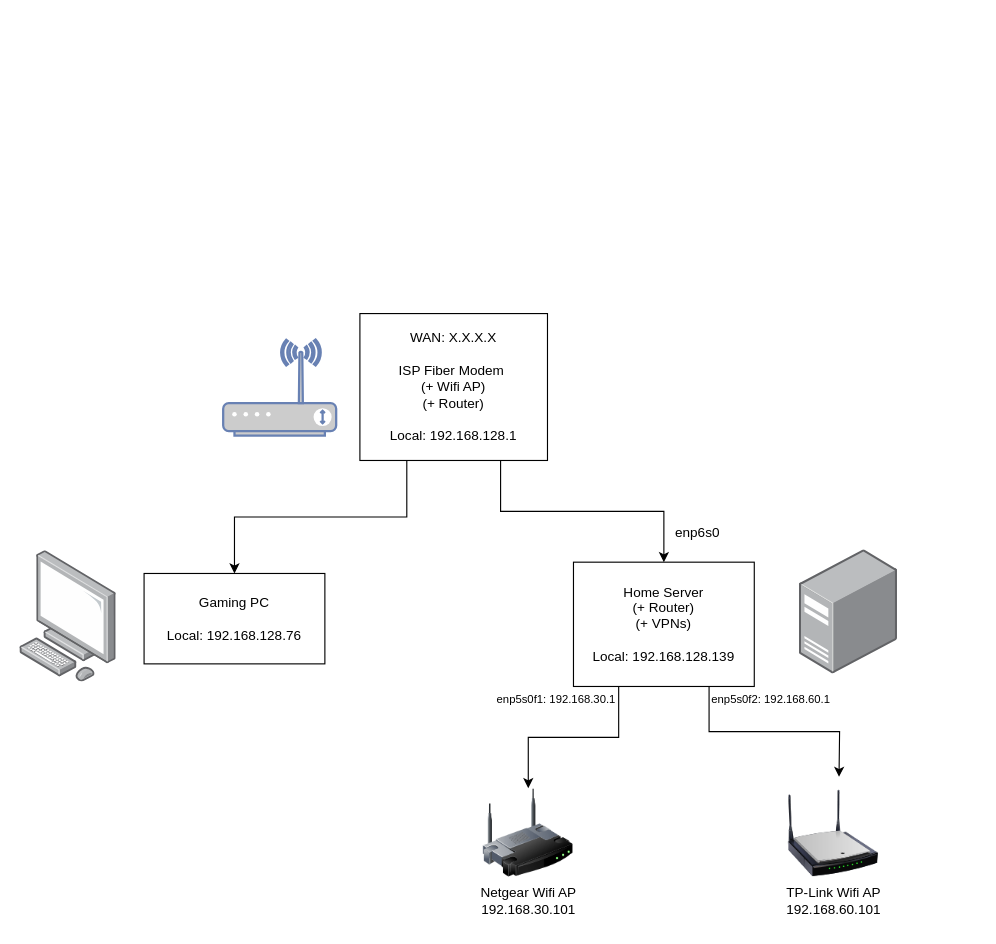
The draw.io diagram assets/home_network.drawio in ckcr4lyf/home-network, before the edit. Source tidied: cells renumbered, new cells numbered last; positions are measured from the earlier drawing's top-left corner, leaving out a move shared by most shapes. Both pictures are drawn from the tidied source at 113%, with x=0, y=0 at pixel (19, 313).
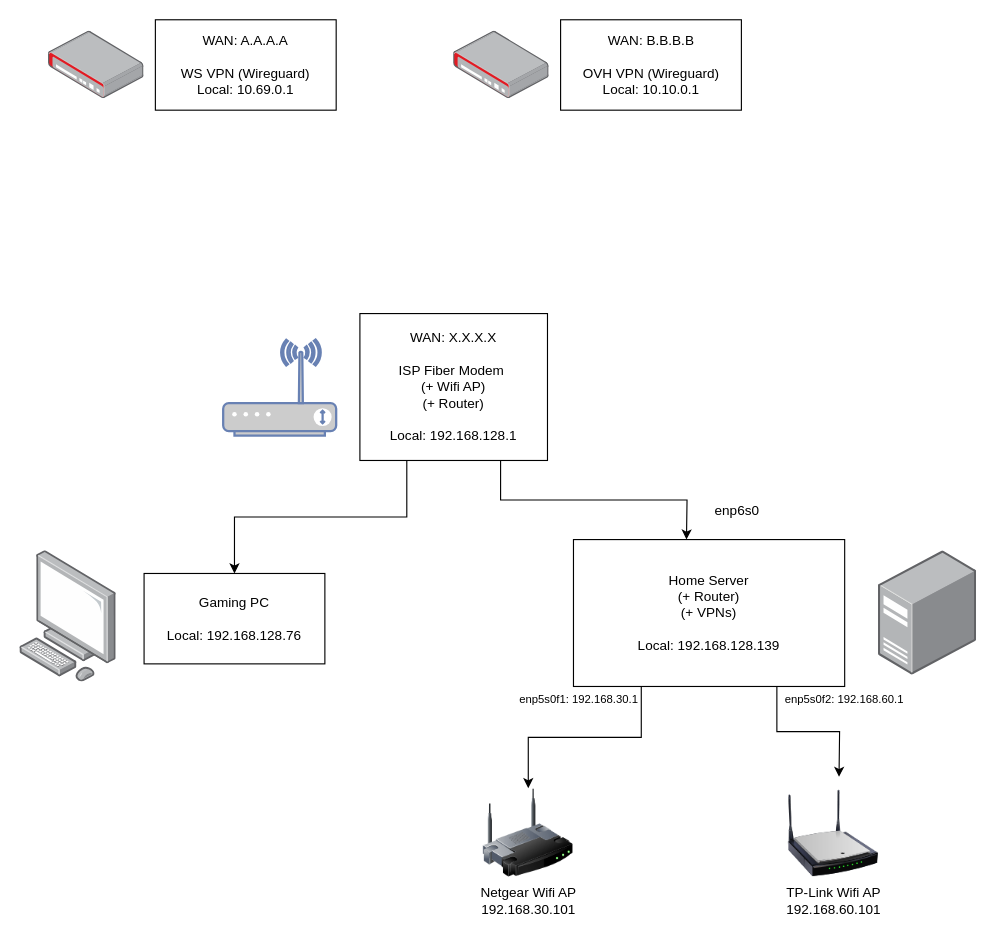
The same diagram, later.

Commit message:
update diagram a bit more

Unchanged cells that the change refers to:
```xml
<mxCell id="4" value="WAN: X.X.X.X&lt;br&gt;&lt;br&gt;ISP Fiber Modem&amp;nbsp;&lt;br&gt;(+ Wifi AP)&lt;br&gt;(+ Router)&lt;br&gt;&lt;br&gt;Local: 192.168.128.1" style="rounded=0;whiteSpace=wrap;html=1;" parent="1" vertex="1">
  <mxGeometry x="301" width="166" height="130" as="geometry" />
</mxCell>
```

The edit, as a diff of the source:
```diff
@@
-    <mxCell id="3" style="edgeStyle=orthogonalEdgeStyle;rounded=0;jettySize=auto;html=1;exitX=0.75;exitY=1;exitDx=0;exitDy=0;entryX=0.5;entryY=0;entryDx=0;entryDy=0;" parent="1" edge="1" source="4" target="9">
-      <mxGeometry relative="1" as="geometry" />
+    <mxCell id="3" style="edgeStyle=orthogonalEdgeStyle;rounded=0;jettySize=auto;html=1;exitX=0.75;exitY=1;exitDx=0;exitDy=0;" parent="1" edge="1" source="4">
+      <mxGeometry relative="1" as="geometry">
+        <mxPoint x="590" y="200" as="targetPoint" />
+      </mxGeometry>
     </mxCell>
@@
     <mxCell id="9" value="Home Server&lt;br&gt;(+ Router)&lt;br&gt;(+ VPNs)&lt;br&gt;&lt;br style=&quot;border-color: var(--border-color);&quot;&gt;Local: 192.168.128.139" style="rounded=0;whiteSpace=wrap;html=1;" parent="1" vertex="1">
-      <mxGeometry x="490" y="220" width="160" height="110" as="geometry" />
+      <mxGeometry x="490" y="200" width="240" height="130" as="geometry" />
     </mxCell>
     <mxCell id="10" style="html=1;align=center;shadow=0;dashed=0;image;image=img/lib/allied_telesis/computer_and_terminals/Server_Desktop.svg;" parent="1" vertex="1">
-      <mxGeometry x="690" y="209" width="86.8" height="110" as="geometry" />
+      <mxGeometry x="760" y="210" width="86.8" height="110" as="geometry" />
     </mxCell>
     <mxCell id="11" value="enp6s0" style="text;html=1;align=center;verticalAlign=middle;whiteSpace=wrap;rounded=0;" parent="1" vertex="1">
-      <mxGeometry x="570" y="179" width="60" height="30" as="geometry" />
+      <mxGeometry x="605" y="160" width="60" height="30" as="geometry" />
     </mxCell>
@@
     <mxCell id="17" value="enp5s0f1: 192.168.30.1" style="text;html=1;align=center;verticalAlign=middle;whiteSpace=wrap;rounded=0;fontSize=10;" parent="1" vertex="1">
-      <mxGeometry x="410" y="326" width="130" height="30" as="geometry" />
+      <mxGeometry x="430" y="326" width="130" height="30" as="geometry" />
     </mxCell>
     <mxCell id="18" value="&lt;font style=&quot;font-size: 10px;&quot;&gt;enp5s0f2: 192.168.60.1&lt;/font&gt;" style="text;html=1;align=center;verticalAlign=middle;whiteSpace=wrap;rounded=0;fontSize=8;" parent="1" vertex="1">
-      <mxGeometry x="600" y="326" width="130" height="30" as="geometry" />
+      <mxGeometry x="665" y="326" width="130" height="30" as="geometry" />
     </mxCell>
+    <mxCell id="19" style="image;html=1;align=center;shadow=0;dashed=0;image=img/lib/allied_telesis/security/Router_VPN.svg;" parent="1" vertex="1">
+      <mxGeometry x="25.5" y="-250" width="84.5" height="60" as="geometry" />
+    </mxCell>
+    <mxCell id="20" value="WAN: A.A.A.A&lt;br&gt;&lt;br&gt;WS VPN (Wireguard)&lt;br&gt;Local: 10.69.0.1" style="whiteSpace=wrap;html=1;" parent="1" vertex="1">
+      <mxGeometry x="120" y="-260" width="160" height="80" as="geometry" />
+    </mxCell>
+    <mxCell id="21" style="image;html=1;align=center;shadow=0;dashed=0;image=img/lib/allied_telesis/security/Router_VPN.svg;" parent="1" vertex="1">
+      <mxGeometry x="384" y="-250" width="84.5" height="60" as="geometry" />
+    </mxCell>
+    <mxCell id="22" value="WAN: B.B.B.B&lt;br&gt;&lt;br&gt;OVH VPN (Wireguard)&lt;br&gt;Local: 10.10.0.1" style="whiteSpace=wrap;html=1;" parent="1" vertex="1">
+      <mxGeometry x="478.6" y="-260" width="160" height="80" as="geometry" />
+    </mxCell>
```
